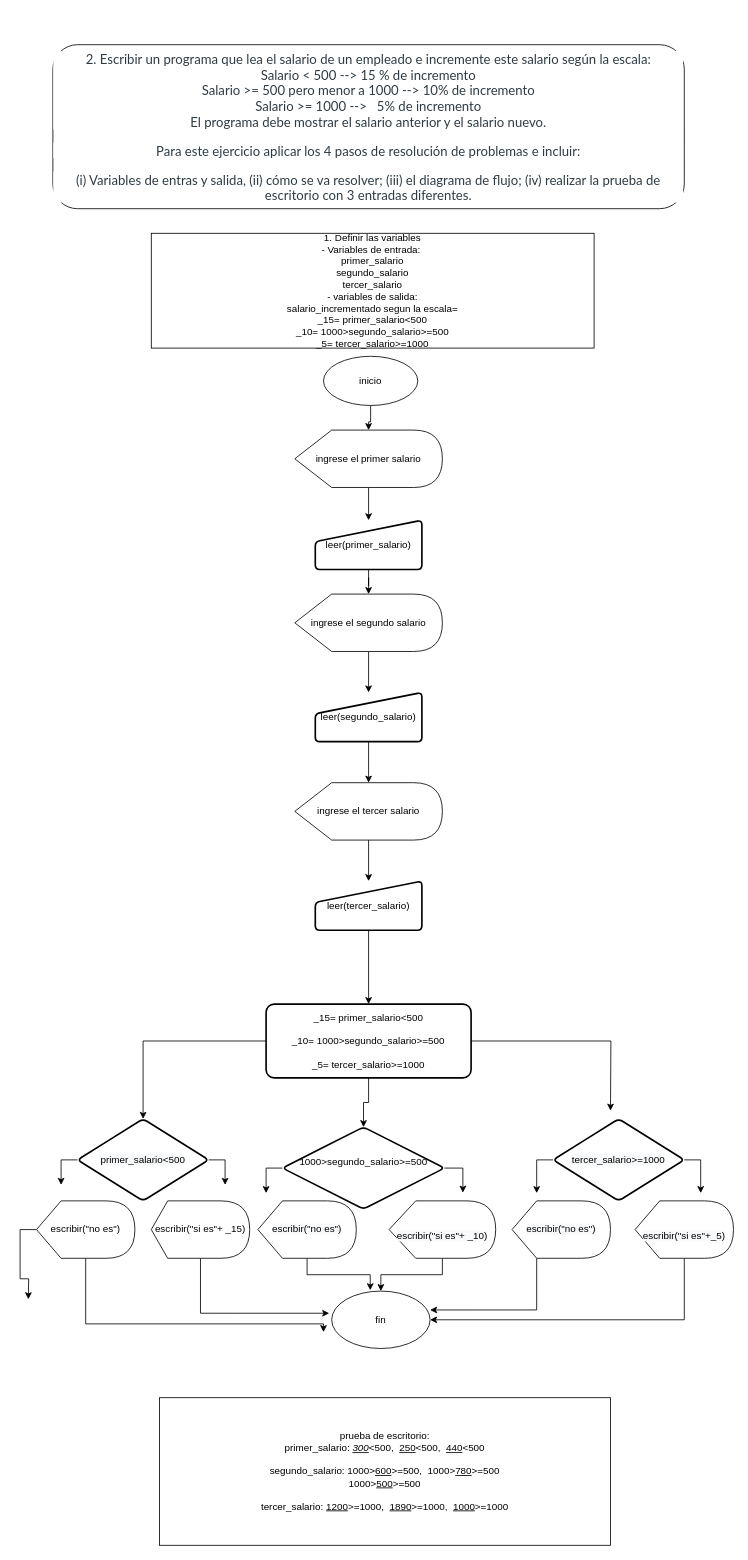
The draw.io diagram page "Page-4" (4 of 6) of Untitled Diagram.drawio in 12RodrigoDuran/Formula, before the edit. Source tidied: cells renumbered, new cells numbered last; positions are measured from the earlier drawing's top-left corner, leaving out a move shared by most shapes. Both pictures are drawn from the tidied source at 82%, with x=0, y=0 at pixel (28, 44).
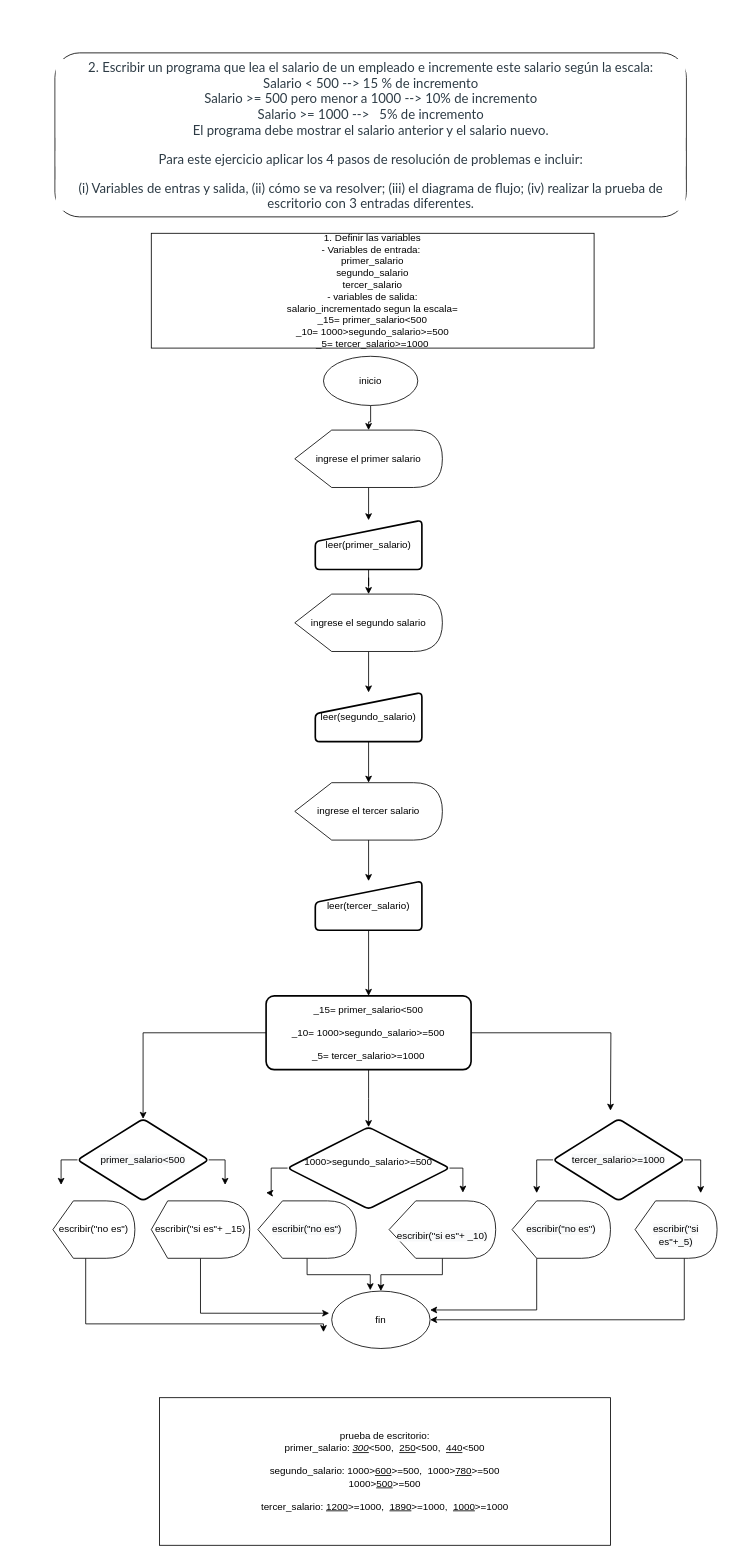
The same page after the edit.

Change to the diagram source:
```diff
@@
     <mxCell id="2" value="&#10;&#10;&lt;p style=&quot;display: block; padding: 0px; color: rgb(45, 59, 69); font-family: latoweb, &amp;quot;lato extended&amp;quot;, lato, &amp;quot;helvetica neue&amp;quot;, helvetica, arial, sans-serif; font-size: 16px; font-style: normal; font-weight: 400; letter-spacing: normal; text-indent: 0px; text-transform: none; word-spacing: 0px; background-color: rgb(255, 255, 255);&quot;&gt;2. Escribir un programa que lea el salario de un empleado e incremente este salario según la escala:&lt;br&gt;Salario &amp;lt; 500 --&amp;gt; 15 % de incremento&lt;br&gt;Salario &amp;gt;= 500 pero menor a 1000 --&amp;gt; 10% de incremento&lt;br&gt;Salario &amp;gt;= 1000 --&amp;gt; &amp;nbsp; 5% de incremento&lt;br&gt;El programa debe mostrar el salario anterior y el salario nuevo.&lt;/p&gt;&lt;p style=&quot;display: block; padding: 0px; color: rgb(45, 59, 69); font-family: latoweb, &amp;quot;lato extended&amp;quot;, lato, &amp;quot;helvetica neue&amp;quot;, helvetica, arial, sans-serif; font-size: 16px; font-style: normal; font-weight: 400; letter-spacing: normal; text-indent: 0px; text-transform: none; word-spacing: 0px; background-color: rgb(255, 255, 255);&quot;&gt;Para este ejercicio aplicar los 4 pasos de resolución de problemas e incluir:&lt;/p&gt;&lt;p style=&quot;display: block; padding: 0px; color: rgb(45, 59, 69); font-family: latoweb, &amp;quot;lato extended&amp;quot;, lato, &amp;quot;helvetica neue&amp;quot;, helvetica, arial, sans-serif; font-size: 16px; font-style: normal; font-weight: 400; letter-spacing: normal; text-indent: 0px; text-transform: none; word-spacing: 0px; background-color: rgb(255, 255, 255);&quot;&gt;(i) Variables de entras y salida, (ii) cómo se va resolver; (iii) el diagrama de flujo; (iv) realizar la prueba de escritorio con 3 entradas diferentes.&lt;/p&gt;&#10;&#10;" style="rounded=1;whiteSpace=wrap;html=1;" parent="1" vertex="1">
-      <mxGeometry x="30" width="770" height="200" as="geometry" />
+      <mxGeometry x="32.5" y="10" width="770" height="200" as="geometry" />
     </mxCell>
@@
     <mxCell id="21" value="_15= primer_salario&amp;lt;500&lt;br&gt;&lt;br&gt;&lt;div&gt;&lt;span&gt;_10= 1000&amp;gt;segundo_salario&amp;gt;=500&lt;/span&gt;&lt;/div&gt;&lt;div&gt;&lt;span&gt;&lt;br&gt;&lt;/span&gt;&lt;/div&gt;&lt;div&gt;&lt;span&gt;_5= tercer_salario&amp;gt;=1000&lt;/span&gt;&lt;/div&gt;" style="whiteSpace=wrap;html=1;rounded=1;strokeWidth=2;arcSize=11;" parent="1" vertex="1">
-      <mxGeometry x="290" y="1170" width="250" height="90" as="geometry" />
+      <mxGeometry x="290" y="1160" width="250" height="90" as="geometry" />
     </mxCell>
@@
     <mxCell id="24" value="&lt;div&gt;1000&amp;gt;segundo_salario&amp;gt;=500&lt;/div&gt;&lt;div&gt;&lt;br&gt;&lt;/div&gt;" style="rhombus;whiteSpace=wrap;html=1;rounded=1;strokeWidth=2;arcSize=11;" parent="1" vertex="1">
-      <mxGeometry x="310" y="1320" width="197.5" height="100" as="geometry" />
+      <mxGeometry x="316.2" y="1320" width="197.5" height="100" as="geometry" />
     </mxCell>
@@
-    <mxCell id="31" style="edgeStyle=orthogonalEdgeStyle;rounded=0;jettySize=auto;html=1;" parent="1" edge="1" source="33">
-      <mxGeometry relative="1" as="geometry">
-        <mxPoint y="1530" as="targetPoint" />
-      </mxGeometry>
-    </mxCell>
@@
     <mxCell id="33" value="escribir(&quot;no es&quot;)" style="shape=display;whiteSpace=wrap;html=1;" parent="1" vertex="1">
-      <mxGeometry x="10" y="1410" width="120" height="70" as="geometry" />
+      <mxGeometry x="30" y="1410" width="100" height="70" as="geometry" />
     </mxCell>
@@
     <mxCell id="43" value="&lt;br&gt;&lt;span style=&quot;color: rgb(0 , 0 , 0) ; font-family: &amp;#34;helvetica&amp;#34; ; font-size: 12px ; font-style: normal ; font-weight: 400 ; letter-spacing: normal ; text-align: center ; text-indent: 0px ; text-transform: none ; word-spacing: 0px ; background-color: rgb(248 , 249 , 250) ; display: inline ; float: none&quot;&gt;escribir(&quot;si es&quot;+_5)&lt;/span&gt;" style="shape=display;whiteSpace=wrap;html=1;" parent="1" vertex="1">
-      <mxGeometry x="740" y="1410" width="120" height="70" as="geometry" />
+      <mxGeometry x="740" y="1410" width="100" height="70" as="geometry" />
     </mxCell>
```
